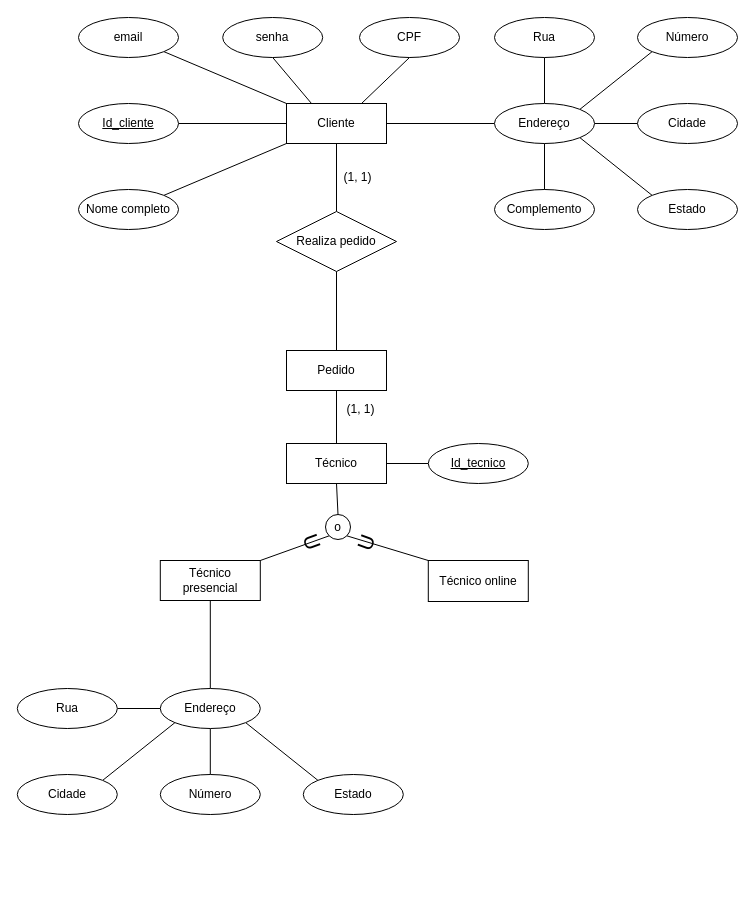
Before: page "Diagrama ER" (2 of 4) of Project diagrams and requirements/Tech assistance.drawio in felipepmoreno/Tech-assistanceSoftware, a draw.io diagram. Source tidied: cells renumbered, new cells numbered last; positions are measured from the earlier drawing's top-left corner, leaving out a move shared by most shapes. Both pictures are drawn from the tidied source at 100%, with x=0, y=0 at pixel (17, 17).
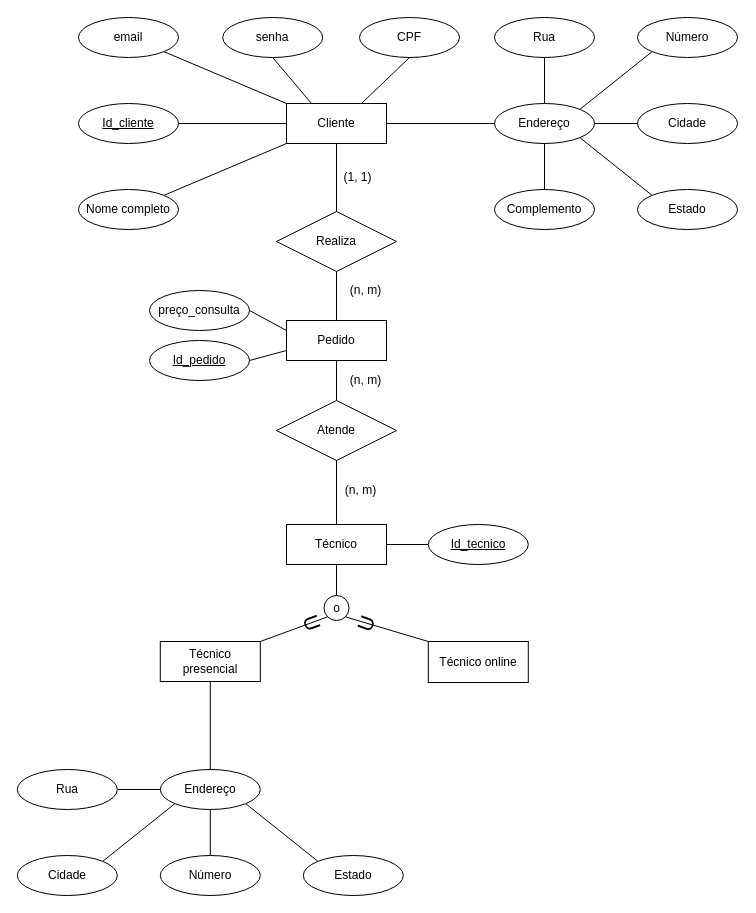
After the change.

The edit, as a diff of the source:
```diff
@@
     <mxCell id="19" value="Técnico" style="whiteSpace=wrap;html=1;align=center;" parent="1" vertex="1">
-      <mxGeometry x="269" y="426" width="100" height="40" as="geometry" />
+      <mxGeometry x="269" y="507" width="100" height="40" as="geometry" />
     </mxCell>
@@
     <mxCell id="21" value="Técnico presencial" style="whiteSpace=wrap;html=1;align=center;" parent="1" vertex="1">
-      <mxGeometry x="142.8" y="543" width="100" height="40" as="geometry" />
+      <mxGeometry x="142.8" y="624" width="100" height="40" as="geometry" />
     </mxCell>
@@
-    <mxCell id="27" value="Realiza pedido" style="shape=rhombus;perimeter=rhombusPerimeter;whiteSpace=wrap;html=1;align=center;" parent="1" vertex="1">
+    <mxCell id="27" value="Realiza" style="shape=rhombus;perimeter=rhombusPerimeter;whiteSpace=wrap;html=1;align=center;" parent="1" vertex="1">
       <mxGeometry x="259" y="194" width="120" height="60" as="geometry" />
     </mxCell>
     <mxCell id="28" value="&lt;u&gt;Id_tecnico&lt;/u&gt;" style="ellipse;whiteSpace=wrap;html=1;align=center;" parent="1" vertex="1">
-      <mxGeometry x="410.8" y="426" width="100" height="40" as="geometry" />
+      <mxGeometry x="410.8" y="507" width="100" height="40" as="geometry" />
     </mxCell>
@@
     <mxCell id="30" value="Técnico online" style="whiteSpace=wrap;html=1;align=center;" parent="1" vertex="1">
-      <mxGeometry x="410.8" y="543" width="100" height="41" as="geometry" />
+      <mxGeometry x="410.8" y="624" width="100" height="41" as="geometry" />
     </mxCell>
@@
-    <mxCell id="32" value="(1, 1)" style="text;html=1;align=center;verticalAlign=middle;" parent="1" vertex="1">
-      <mxGeometry x="323.8" y="383" width="38" height="18" as="geometry" />
+    <mxCell id="32" value="(n, m)" style="text;html=1;align=center;verticalAlign=middle;" parent="1" vertex="1">
+      <mxGeometry x="317.8" y="463" width="50" height="20" as="geometry" />
     </mxCell>
     <mxCell id="33" value="o" style="ellipse;whiteSpace=wrap;html=1;" parent="1" vertex="1">
-      <mxGeometry x="308" y="497" width="25" height="25" as="geometry" />
+      <mxGeometry x="306.5" y="578" width="25" height="25" as="geometry" />
     </mxCell>
     <mxCell id="34" value="U" style="text;html=1;align=center;verticalAlign=middle;fontSize=21;rotation=-70;" parent="1" vertex="1">
-      <mxGeometry x="335.5" y="511" width="25" height="29" as="geometry" />
+      <mxGeometry x="335.5" y="592" width="25" height="29" as="geometry" />
     </mxCell>
     <mxCell id="35" value="U" style="text;html=1;align=center;verticalAlign=middle;fontSize=21;rotation=70;" parent="1" vertex="1">
-      <mxGeometry x="283" y="509" width="25" height="29" as="geometry" />
+      <mxGeometry x="283" y="590" width="25" height="29" as="geometry" />
     </mxCell>
@@
     <mxCell id="41" value="Endereço" style="ellipse;whiteSpace=wrap;html=1;align=center;" parent="1" vertex="1">
-      <mxGeometry x="142.8" y="671" width="100" height="40" as="geometry" />
+      <mxGeometry x="142.8" y="752" width="100" height="40" as="geometry" />
     </mxCell>
     <mxCell id="42" value="Rua" style="ellipse;whiteSpace=wrap;html=1;align=center;" parent="1" vertex="1">
-      <mxGeometry x="-0.2" y="671" width="100" height="40" as="geometry" />
+      <mxGeometry x="-0.2" y="752" width="100" height="40" as="geometry" />
     </mxCell>
     <mxCell id="43" value="Número" style="ellipse;whiteSpace=wrap;html=1;align=center;" parent="1" vertex="1">
-      <mxGeometry x="142.8" y="757" width="100" height="40" as="geometry" />
+      <mxGeometry x="142.8" y="838" width="100" height="40" as="geometry" />
     </mxCell>
     <mxCell id="44" value="Cidade" style="ellipse;whiteSpace=wrap;html=1;align=center;" parent="1" vertex="1">
-      <mxGeometry x="-0.2" y="757" width="100" height="40" as="geometry" />
+      <mxGeometry x="-0.2" y="838" width="100" height="40" as="geometry" />
     </mxCell>
     <mxCell id="45" value="Estado" style="ellipse;whiteSpace=wrap;html=1;align=center;" parent="1" vertex="1">
-      <mxGeometry x="285.8" y="757" width="100" height="40" as="geometry" />
+      <mxGeometry x="285.8" y="838" width="100" height="40" as="geometry" />
     </mxCell>
@@
     <mxCell id="50" value="Pedido" style="whiteSpace=wrap;html=1;align=center;" parent="1" vertex="1">
-      <mxGeometry x="269" y="333" width="100" height="40" as="geometry" />
+      <mxGeometry x="269" y="303" width="100" height="40" as="geometry" />
     </mxCell>
@@
-    <mxCell id="52" style="endArrow=none;html=1;exitX=0.5;exitY=0;exitDx=0;exitDy=0;entryX=0.5;entryY=1;entryDx=0;entryDy=0;" parent="1" edge="1" source="19" target="50">
-      <mxGeometry relative="1" as="geometry" />
-    </mxCell>
+    <mxCell id="53" value="Atende" style="shape=rhombus;perimeter=rhombusPerimeter;whiteSpace=wrap;html=1;align=center;" parent="1" vertex="1">
+      <mxGeometry x="259" y="383" width="120" height="60" as="geometry" />
+    </mxCell>
+    <mxCell id="54" style="endArrow=none;html=1;exitX=0.5;exitY=0;exitDx=0;exitDy=0;entryX=0.5;entryY=1;entryDx=0;entryDy=0;" parent="1" edge="1" source="53" target="50">
+      <mxGeometry relative="1" as="geometry" />
+    </mxCell>
+    <mxCell id="55" style="endArrow=none;html=1;exitX=0.5;exitY=1;exitDx=0;exitDy=0;entryX=0.5;entryY=0;entryDx=0;entryDy=0;" parent="1" edge="1" source="53" target="19">
+      <mxGeometry relative="1" as="geometry" />
+    </mxCell>
+    <mxCell id="56" value="preço_consulta" style="ellipse;whiteSpace=wrap;html=1;align=center;" parent="1" vertex="1">
+      <mxGeometry x="132" y="273" width="100" height="40" as="geometry" />
+    </mxCell>
+    <mxCell id="57" value="&lt;u&gt;Id_pedido&lt;/u&gt;" style="ellipse;whiteSpace=wrap;html=1;align=center;" parent="1" vertex="1">
+      <mxGeometry x="132" y="323" width="100" height="40" as="geometry" />
+    </mxCell>
+    <mxCell id="58" style="endArrow=none;html=1;exitX=0;exitY=0.25;exitDx=0;exitDy=0;entryX=1;entryY=0.5;entryDx=0;entryDy=0;" parent="1" edge="1" source="50" target="56">
+      <mxGeometry relative="1" as="geometry" />
+    </mxCell>
+    <mxCell id="59" style="endArrow=none;html=1;exitX=1;exitY=0.5;exitDx=0;exitDy=0;entryX=0;entryY=0.75;entryDx=0;entryDy=0;" parent="1" edge="1" source="57" target="50">
+      <mxGeometry relative="1" as="geometry" />
+    </mxCell>
+    <mxCell id="60" value="(n, m)" style="text;html=1;align=center;verticalAlign=middle;" parent="1" vertex="1">
+      <mxGeometry x="323" y="263" width="50" height="20" as="geometry" />
+    </mxCell>
+    <mxCell id="61" value="(n, m)" style="text;html=1;align=center;verticalAlign=middle;" parent="1" vertex="1">
+      <mxGeometry x="323" y="353" width="50" height="20" as="geometry" />
+    </mxCell>
```
